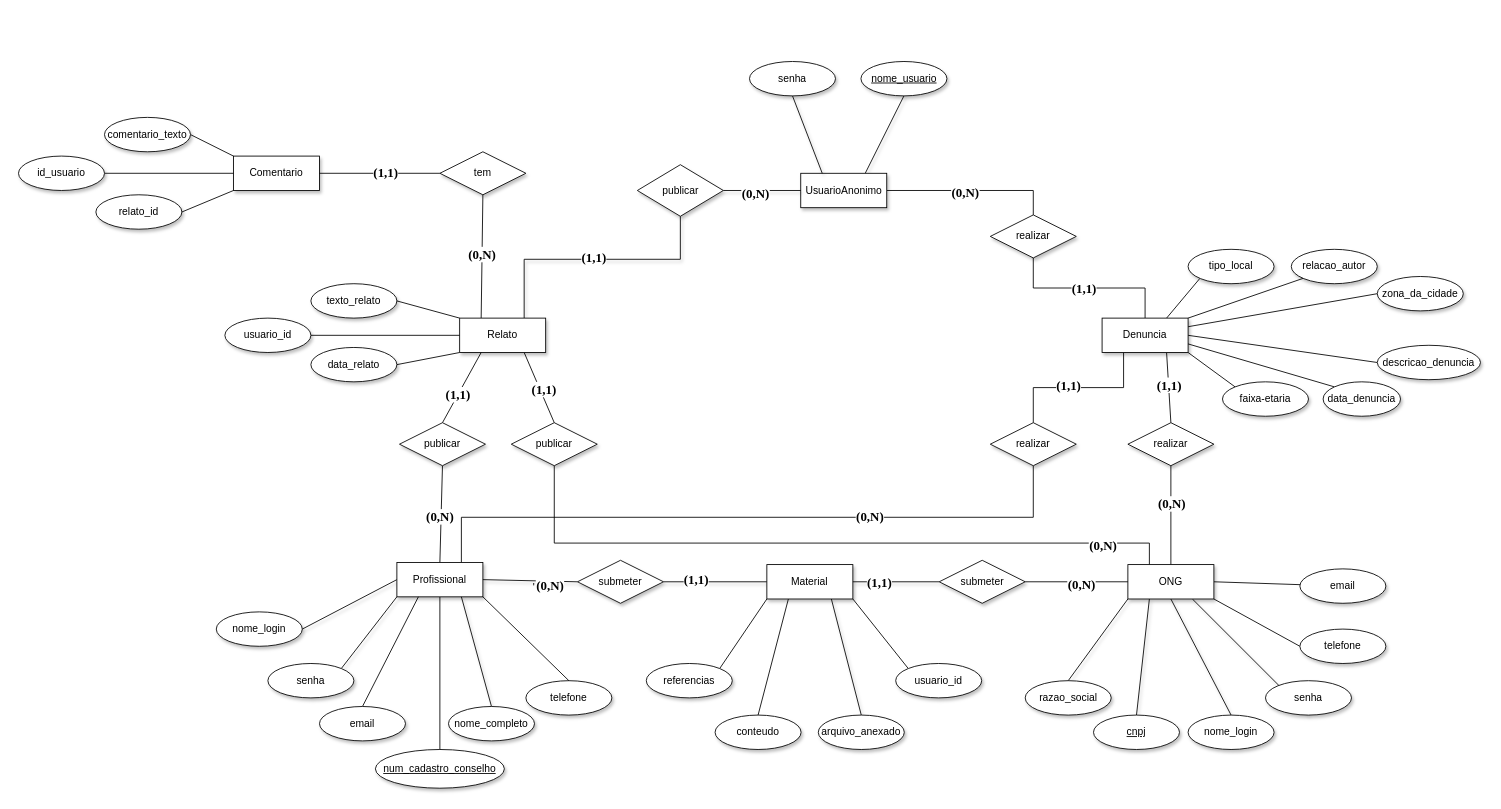
The draw.io diagram doc/bd/DAMA - Diagrama ER_04.drawio in Gioobarros/qualidade-software-dama, before the edit. Source tidied: cells renumbered, new cells numbered last; positions are measured from the earlier drawing's top-left corner, leaving out a move shared by most shapes. Both pictures are drawn from the tidied source at 86%, with x=0, y=0 at pixel (18, 61).
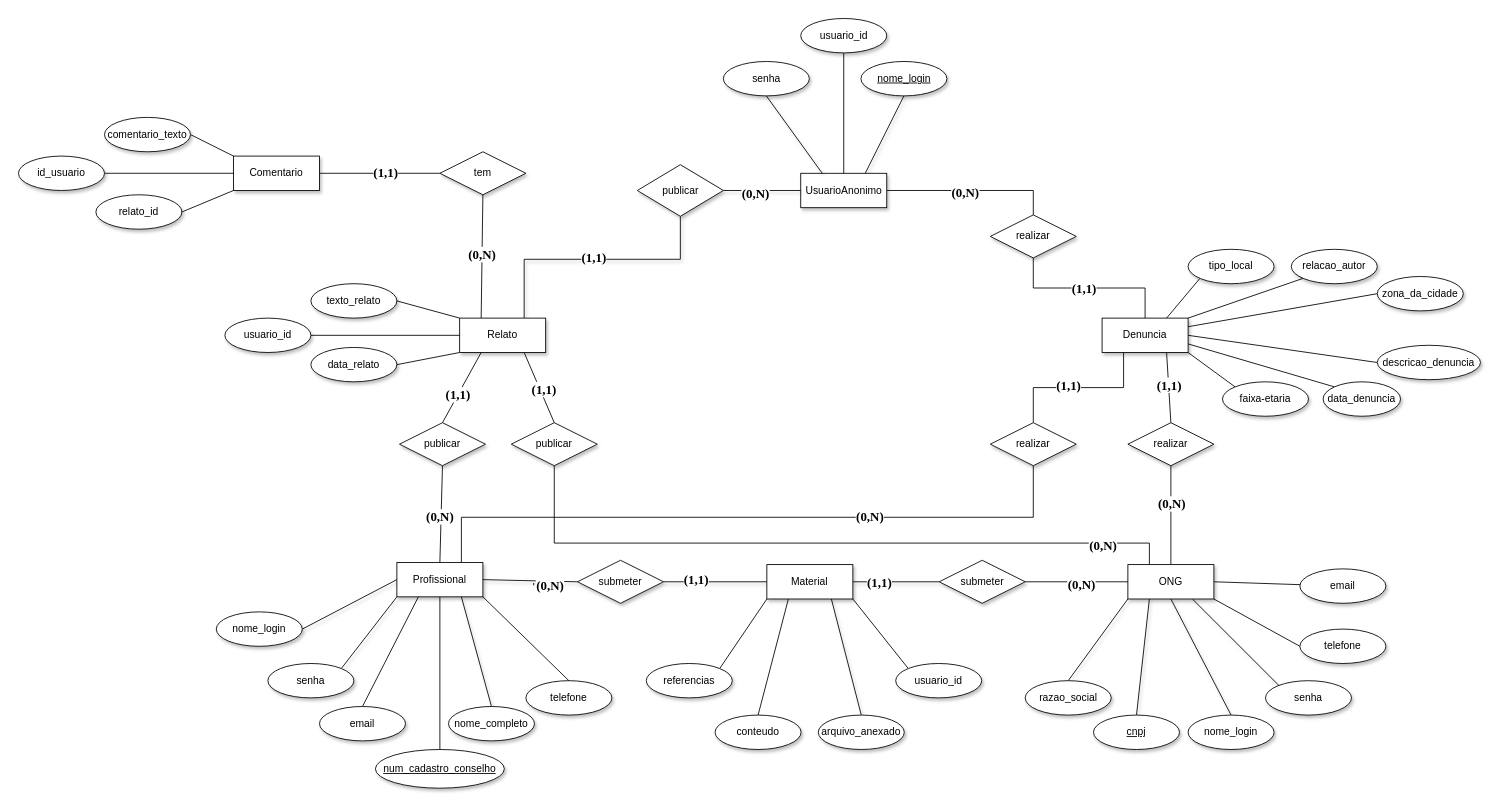
The same page after the edit.

Unchanged cells that the change refers to:
```xml
<mxCell id="16" value="UsuarioAnonimo" style="rounded=0;arcSize=10;whiteSpace=wrap;html=1;align=center;labelBackgroundColor=none;fillColor=default;strokeColor=default;fontColor=default;sketch=0;curveFitting=0;jiggle=0;shadow=1;fillStyle=auto;verticalAlign=middle;fontFamily=Helvetica;fontSize=12;" parent="1" vertex="1">
  <mxGeometry x="909.6" y="130" width="100" height="40" as="geometry" />
</mxCell>
```

What changed in the source:
```diff
@@
     <mxCell id="12" value="senha" style="ellipse;whiteSpace=wrap;html=1;align=center;labelBackgroundColor=none;fillColor=default;strokeColor=default;fontColor=default;rounded=0;sketch=0;curveFitting=0;jiggle=0;shadow=1;fillStyle=auto;verticalAlign=middle;fontFamily=Helvetica;fontSize=12;" parent="1" vertex="1">
-      <mxGeometry x="850" width="100" height="40" as="geometry" />
+      <mxGeometry x="819.6" width="100" height="40" as="geometry" />
     </mxCell>
@@
-    <mxCell id="48" value="nome_usuario" style="ellipse;whiteSpace=wrap;html=1;align=center;fontStyle=4;labelBackgroundColor=none;fillColor=default;strokeColor=default;fontColor=default;rounded=0;sketch=0;curveFitting=0;jiggle=0;shadow=1;fillStyle=auto;verticalAlign=middle;fontFamily=Helvetica;fontSize=12;" parent="1" vertex="1">
+    <mxCell id="48" value="nome_login" style="ellipse;whiteSpace=wrap;html=1;align=center;fontStyle=4;labelBackgroundColor=none;fillColor=default;strokeColor=default;fontColor=default;rounded=0;sketch=0;curveFitting=0;jiggle=0;shadow=1;fillStyle=auto;verticalAlign=middle;fontFamily=Helvetica;fontSize=12;" parent="1" vertex="1">
       <mxGeometry x="979.6" width="100" height="40" as="geometry" />
     </mxCell>
@@
+    <mxCell id="115" style="edgeStyle=orthogonalEdgeStyle;rounded=0;jettySize=auto;html=1;exitX=0.5;exitY=1;exitDx=0;exitDy=0;entryX=0.5;entryY=0;entryDx=0;entryDy=0;endArrow=none;endFill=0;" parent="1" edge="1" source="116" target="16">
+      <mxGeometry relative="1" as="geometry" />
+    </mxCell>
+    <mxCell id="116" value="usuario_id" style="ellipse;whiteSpace=wrap;html=1;align=center;labelBackgroundColor=none;fillColor=default;strokeColor=default;fontColor=default;rounded=0;sketch=0;curveFitting=0;jiggle=0;shadow=1;fillStyle=auto;verticalAlign=middle;fontFamily=Helvetica;fontSize=12;" parent="1" vertex="1">
+      <mxGeometry x="909.6" y="-50" width="100" height="40" as="geometry" />
+    </mxCell>
```
